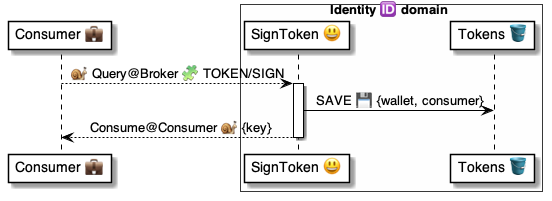
Before: 4 ⚙️ Solution/50 🫥 Agent domains/Identities 🆔/🆔😃 Identity talkers/SignToken 🎫 disclose/SignToken ⚙️ uml.png, a diagram exported from PlantUML (pollyweb-org/pollyweb-docs). Its source is kept beside it as 4 ⚙️ Solution/50 🫥 Agent domains/Identities 🆔/🆔😃 Identity talkers/SignToken 🎫 disclose/SignToken ⚙️ uml.puml. Source of this version:
```plantuml
@startuml SignToken

participant "Consumer 💼" as consumer
box Identity 🆔 domain #FFFFFA
    participant "SignToken 😃" as script
    participant "Tokens 🪣" as tokens
end box


consumer --> script: 🐌 Query@Broker 🧩 TOKEN/SIGN

activate script
    script -> tokens: SAVE 💾 {wallet, consumer}

    script --> consumer: Consume@Consumer 🐌 {key}
deactivate script


@enduml
```
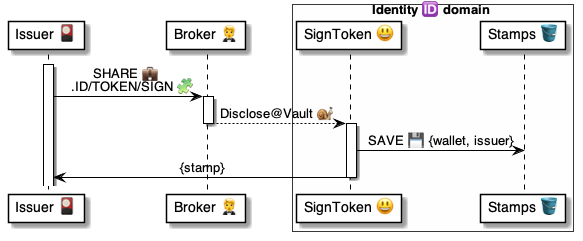
The same diagram one commit later.

The edit, as a diff of the source:
```diff
@@ -1,18 +1,24 @@
 @startuml SignToken
 
-participant "Consumer 💼" as consumer
+participant "Issuer 🎴" as issuer
+participant "Broker 🤵" as broker
 box Identity 🆔 domain #FFFFFA
     participant "SignToken 😃" as script
-    participant "Tokens 🪣" as tokens
+    participant "Stamps 🪣" as tokens
 end box
 
 
-consumer --> script: 🐌 Query@Broker 🧩 TOKEN/SIGN
+activate issuer
+issuer -> broker: SHARE 💼 \n  .ID/TOKEN/SIGN 🧩
+
+activate broker
+    broker --> script: Disclose@Vault 🐌
+deactivate broker
 
 activate script
-    script -> tokens: SAVE 💾 {wallet, consumer}
+    script -> tokens: SAVE 💾 {wallet, issuer}
 
-    script --> consumer: Consume@Consumer 🐌 {key}
+    script -> issuer: {stamp}
 deactivate script
 
 
```
